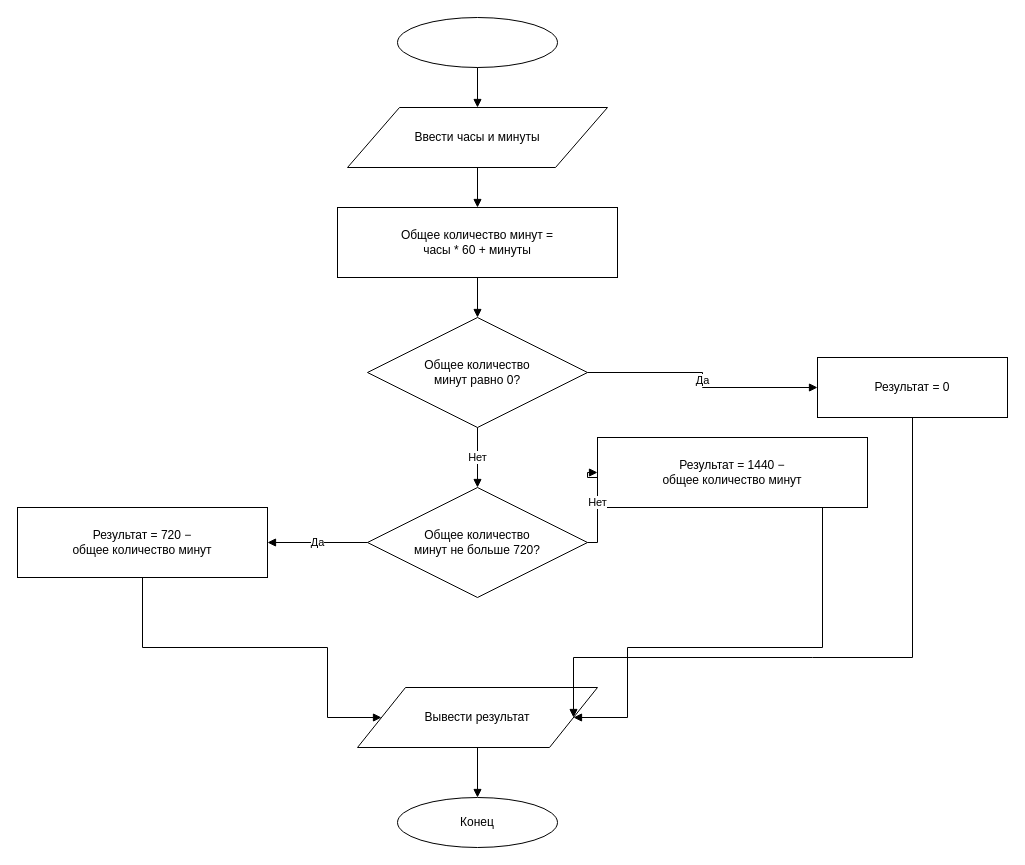
Before: 6.3Task.drawio in Poskras/Laba6, a draw.io diagram. Source tidied: cells renumbered, new cells numbered last; positions are measured from the earlier drawing's top-left corner, leaving out a move shared by most shapes. Both pictures are drawn from the tidied source at 100%, with x=0, y=0 at pixel (17, 17).
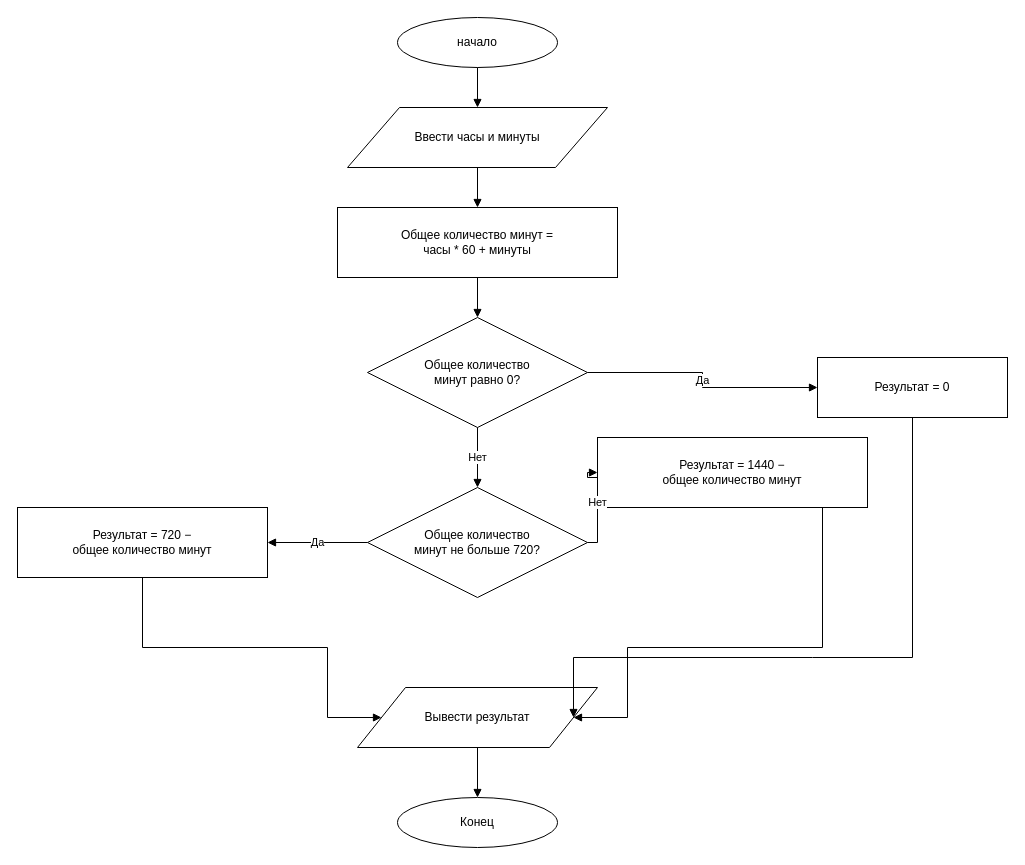
The same diagram, later.

Diff of the diagram source:
```diff
@@
-    <mxCell id="2" value=" " style="ellipse;whiteSpace=wrap;html=1;" parent="1" vertex="1">
+    <mxCell id="2" value="начало" style="ellipse;whiteSpace=wrap;html=1;" parent="1" vertex="1">
       <mxGeometry x="380" width="160" height="50" as="geometry" />
     </mxCell>
```
